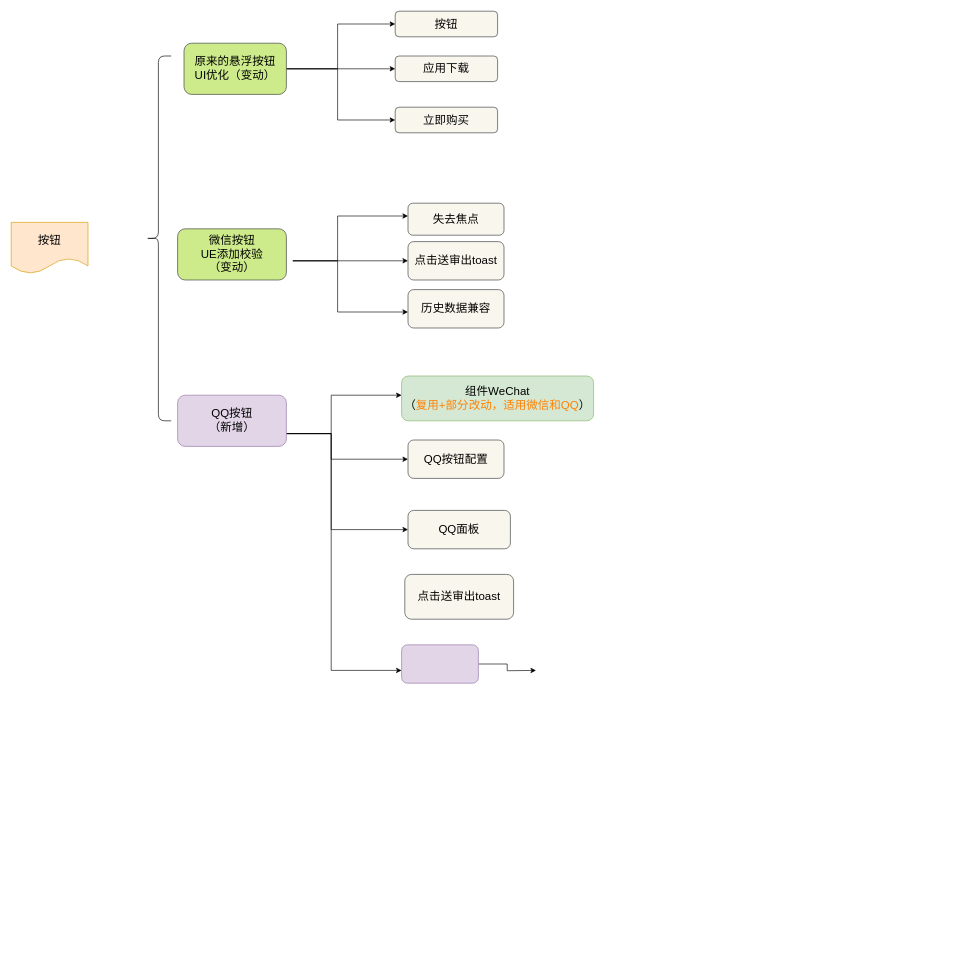
Earlier version of the draw.io diagram QQ直达链接开发点.drawio (AnneLau/-algorithm_bubble). Source tidied: cells renumbered, new cells numbered last; positions are measured from the earlier drawing's top-left corner, leaving out a move shared by most shapes. Both pictures are drawn from the tidied source at 64%, with x=0, y=0 at pixel (11, 11).
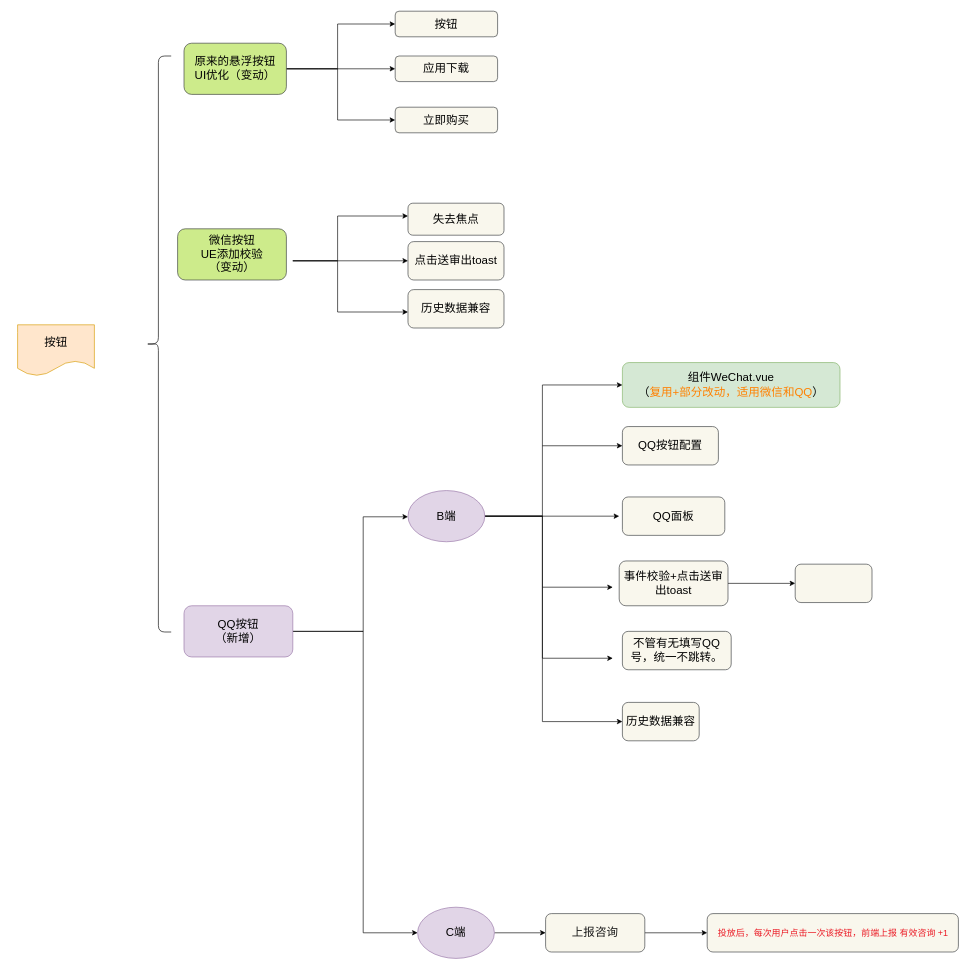
The same page after the edit.

Commit message (it also covers changes not shown here):
Update QQ直达链接开发点.drawio

Diff of the diagram source:
```diff
@@
     <mxCell id="2" value="&lt;font style=&quot;font-size: 18px&quot;&gt;按钮&lt;/font&gt;" style="shape=document;whiteSpace=wrap;html=1;boundedLbl=1;fillColor=#ffe6cc;strokeColor=#d79b00;" parent="1" vertex="1">
-      <mxGeometry y="330" width="120" height="80" as="geometry" />
+      <mxGeometry x="10" y="490" width="120" height="80" as="geometry" />
     </mxCell>
     <mxCell id="3" style="shape=curlyBracket;whiteSpace=wrap;html=1;rounded=1;" parent="1" vertex="1">
-      <mxGeometry x="210" y="70" width="40" height="570" as="geometry" />
+      <mxGeometry x="210" y="70" width="40" height="900" as="geometry" />
     </mxCell>
@@
-    <mxCell id="17" style="edgeStyle=orthogonalEdgeStyle;rounded=0;jettySize=auto;html=1;" parent="1" edge="1" source="21" target="22">
+    <mxCell id="17" style="edgeStyle=orthogonalEdgeStyle;rounded=0;jettySize=auto;html=1;exitX=1;exitY=0.5;exitDx=0;exitDy=0;" parent="1" edge="1" source="35" target="22">
       <mxGeometry relative="1" as="geometry">
         <Array as="points">
-          <mxPoint x="500" y="660" />
-          <mxPoint x="500" y="600" />
+          <mxPoint x="830" y="789" />
+          <mxPoint x="830" y="584" />
         </Array>
       </mxGeometry>
     </mxCell>
-    <mxCell id="18" style="edgeStyle=orthogonalEdgeStyle;rounded=0;jettySize=auto;html=1;" parent="1" edge="1" source="21" target="23">
+    <mxCell id="18" style="edgeStyle=orthogonalEdgeStyle;rounded=0;jettySize=auto;html=1;" parent="1" edge="1" target="23">
       <mxGeometry relative="1" as="geometry">
+        <mxPoint x="830" y="679" as="sourcePoint" />
         <Array as="points">
-          <mxPoint x="500" y="660" />
-          <mxPoint x="500" y="700" />
+          <mxPoint x="830" y="679" />
+          <mxPoint x="830" y="679" />
         </Array>
       </mxGeometry>
     </mxCell>
-    <mxCell id="19" style="edgeStyle=orthogonalEdgeStyle;rounded=0;jettySize=auto;html=1;" parent="1" edge="1" source="21" target="26">
-      <mxGeometry relative="1" as="geometry">
-        <Array as="points">
-          <mxPoint x="500" y="660" />
-          <mxPoint x="500" y="810" />
-        </Array>
-      </mxGeometry>
-    </mxCell>
-    <mxCell id="20" style="edgeStyle=orthogonalEdgeStyle;rounded=0;jettySize=auto;html=1;" parent="1" edge="1" source="21" target="28">
-      <mxGeometry relative="1" as="geometry">
-        <Array as="points">
-          <mxPoint x="500" y="660" />
-          <mxPoint x="500" y="1030" />
-        </Array>
-      </mxGeometry>
-    </mxCell>
+    <mxCell id="29" style="edgeStyle=orthogonalEdgeStyle;rounded=0;jettySize=auto;html=1;" parent="1" edge="1" source="21" target="35">
+      <mxGeometry relative="1" as="geometry">
+        <Array as="points">
+          <mxPoint x="550" y="969" />
+          <mxPoint x="550" y="790" />
+        </Array>
+      </mxGeometry>
+    </mxCell>
+    <mxCell id="30" style="edgeStyle=orthogonalEdgeStyle;rounded=0;jettySize=auto;html=1;" parent="1" edge="1" source="21" target="38">
+      <mxGeometry relative="1" as="geometry">
+        <Array as="points">
+          <mxPoint x="550" y="969" />
+          <mxPoint x="550" y="1440" />
+        </Array>
+      </mxGeometry>
+    </mxCell>
     <mxCell id="21" value="&lt;font style=&quot;font-size: 18px&quot;&gt;QQ按钮&lt;br&gt;（新增）&lt;br&gt;&lt;/font&gt;" style="rounded=1;whiteSpace=wrap;html=1;fillColor=#e1d5e7;strokeColor=#9673a6;" parent="1" vertex="1">
-      <mxGeometry x="260" y="600" width="170" height="80" as="geometry" />
+      <mxGeometry x="270" y="929" width="170" height="80" as="geometry" />
     </mxCell>
-    <mxCell id="22" value="&lt;span style=&quot;font-size: 18px&quot;&gt;组件WeChat&lt;br&gt;（&lt;font color=&quot;#ff8000&quot;&gt;复用+部分改动，适用微信和QQ&lt;/font&gt;）&lt;br&gt;&lt;/span&gt;" style="whiteSpace=wrap;html=1;rounded=1;strokeColor=#82b366;fillColor=#d5e8d4;" parent="1" vertex="1">
-      <mxGeometry x="610" y="570" width="300" height="70" as="geometry" />
+    <mxCell id="22" value="&lt;span style=&quot;font-size: 18px&quot;&gt;组件WeChat.vue&lt;br&gt;（&lt;font color=&quot;#ff8000&quot;&gt;复用+部分改动，适用微信和QQ&lt;/font&gt;）&lt;br&gt;&lt;/span&gt;" style="whiteSpace=wrap;html=1;rounded=1;strokeColor=#82b366;fillColor=#d5e8d4;" parent="1" vertex="1">
+      <mxGeometry x="955" y="549" width="340" height="70" as="geometry" />
     </mxCell>
     <mxCell id="23" value="&lt;span style=&quot;font-size: 18px&quot;&gt;QQ按钮配置&lt;/span&gt;" style="whiteSpace=wrap;html=1;rounded=1;strokeColor=#36393d;fillColor=#f9f7ed;" parent="1" vertex="1">
-      <mxGeometry x="620" y="670" width="150" height="60" as="geometry" />
+      <mxGeometry x="955" y="649" width="150" height="60" as="geometry" />
     </mxCell>
@@
+    <mxCell id="31" style="edgeStyle=orthogonalEdgeStyle;rounded=0;jettySize=auto;html=1;" parent="1" edge="1" source="25" target="39">
+      <mxGeometry relative="1" as="geometry" />
+    </mxCell>
-    <mxCell id="25" value="&lt;span style=&quot;font-size: 18px&quot;&gt;点击送审出toast&lt;/span&gt;&lt;span style=&quot;font-size: 18px&quot;&gt;&lt;br&gt;&lt;/span&gt;" style="whiteSpace=wrap;html=1;rounded=1;strokeColor=#36393d;fillColor=#f9f7ed;" parent="1" vertex="1">
-      <mxGeometry x="615" y="880" width="170" height="70" as="geometry" />
+    <mxCell id="25" value="&lt;span style=&quot;font-size: 18px&quot;&gt;事件校验+点击送审出toast&lt;/span&gt;&lt;span style=&quot;font-size: 18px&quot;&gt;&lt;br&gt;&lt;/span&gt;" style="whiteSpace=wrap;html=1;rounded=1;strokeColor=#36393d;fillColor=#f9f7ed;" parent="1" vertex="1">
+      <mxGeometry x="950" y="859" width="170" height="70" as="geometry" />
     </mxCell>
     <mxCell id="26" value="&lt;font style=&quot;font-size: 18px&quot;&gt;QQ面板&lt;/font&gt;" style="whiteSpace=wrap;html=1;rounded=1;strokeColor=#36393d;fillColor=#f9f7ed;" parent="1" vertex="1">
-      <mxGeometry x="620" y="780" width="160" height="60" as="geometry" />
+      <mxGeometry x="955" y="759" width="160" height="60" as="geometry" />
     </mxCell>
-    <mxCell id="27" style="edgeStyle=orthogonalEdgeStyle;rounded=0;jettySize=auto;html=1;exitX=1;exitY=0.5;exitDx=0;exitDy=0;" parent="1" edge="1" source="28">
-      <mxGeometry relative="1" as="geometry">
-        <mxPoint x="820" y="1030" as="targetPoint" />
-      </mxGeometry>
-    </mxCell>
-    <mxCell id="28" style="whiteSpace=wrap;html=1;rounded=1;strokeColor=#9673a6;fillColor=#e1d5e7;" parent="1" vertex="1">
-      <mxGeometry x="610" y="990" width="120" height="60" as="geometry" />
+    <mxCell id="28" value="&lt;font style=&quot;font-size: 18px&quot;&gt;不管有无填写QQ号，统一不跳转。&lt;/font&gt;" style="whiteSpace=wrap;html=1;rounded=1;strokeColor=#36393d;fillColor=#f9f7ed;" parent="1" vertex="1">
+      <mxGeometry x="955" y="969" width="170" height="60" as="geometry" />
     </mxCell>
+    <mxCell id="32" style="edgeStyle=orthogonalEdgeStyle;rounded=0;jettySize=auto;html=1;" parent="1" edge="1" source="35">
+      <mxGeometry relative="1" as="geometry">
+        <mxPoint x="950" y="789" as="targetPoint" />
+      </mxGeometry>
+    </mxCell>
+    <mxCell id="33" style="edgeStyle=orthogonalEdgeStyle;rounded=0;jettySize=auto;html=1;" parent="1" edge="1" source="35">
+      <mxGeometry relative="1" as="geometry">
+        <mxPoint x="940" y="900" as="targetPoint" />
+        <Array as="points">
+          <mxPoint x="830" y="789" />
+          <mxPoint x="830" y="900" />
+        </Array>
+      </mxGeometry>
+    </mxCell>
+    <mxCell id="34" style="edgeStyle=orthogonalEdgeStyle;rounded=0;jettySize=auto;html=1;" parent="1" edge="1" source="35" target="40">
+      <mxGeometry relative="1" as="geometry">
+        <Array as="points">
+          <mxPoint x="830" y="789" />
+          <mxPoint x="830" y="1110" />
+        </Array>
+      </mxGeometry>
+    </mxCell>
+    <mxCell id="35" value="&lt;font style=&quot;font-size: 18px&quot;&gt;B端&lt;/font&gt;" style="ellipse;whiteSpace=wrap;html=1;rounded=1;strokeColor=#9673a6;fillColor=#e1d5e7;" parent="1" vertex="1">
+      <mxGeometry x="620" y="749" width="120" height="80" as="geometry" />
+    </mxCell>
+    <mxCell id="36" style="edgeStyle=orthogonalEdgeStyle;rounded=0;orthogonalLoop=1;jettySize=auto;html=1;" parent="1" edge="1">
+      <mxGeometry relative="1" as="geometry">
+        <mxPoint x="830" y="900" as="sourcePoint" />
+        <mxPoint x="940" y="1011" as="targetPoint" />
+        <Array as="points">
+          <mxPoint x="830" y="900" />
+          <mxPoint x="830" y="1011" />
+        </Array>
+      </mxGeometry>
+    </mxCell>
+    <mxCell id="37" style="edgeStyle=orthogonalEdgeStyle;rounded=0;jettySize=auto;html=1;" parent="1" edge="1" source="38" target="42">
+      <mxGeometry relative="1" as="geometry" />
+    </mxCell>
+    <mxCell id="38" value="&lt;font style=&quot;font-size: 18px&quot;&gt;C端&lt;/font&gt;" style="ellipse;whiteSpace=wrap;html=1;rounded=1;strokeColor=#9673a6;fillColor=#e1d5e7;" parent="1" vertex="1">
+      <mxGeometry x="635" y="1400" width="120" height="80" as="geometry" />
+    </mxCell>
+    <mxCell id="39" style="whiteSpace=wrap;html=1;rounded=1;strokeColor=#36393d;fillColor=#f9f7ed;" parent="1" vertex="1">
+      <mxGeometry x="1225" y="864" width="120" height="60" as="geometry" />
+    </mxCell>
+    <mxCell id="40" value="&lt;span style=&quot;font-size: 18px&quot;&gt;历史数据兼容&lt;/span&gt;" style="whiteSpace=wrap;html=1;rounded=1;strokeColor=#36393d;fillColor=#f9f7ed;" parent="1" vertex="1">
+      <mxGeometry x="955" y="1080" width="120" height="60" as="geometry" />
+    </mxCell>
+    <mxCell id="41" style="edgeStyle=orthogonalEdgeStyle;rounded=0;jettySize=auto;html=1;" parent="1" edge="1" source="42" target="43">
+      <mxGeometry relative="1" as="geometry" />
+    </mxCell>
+    <mxCell id="42" value="&lt;div style=&quot;text-align: left&quot;&gt;&lt;font color=&quot;#1a1a1a&quot; style=&quot;font-size: 18px&quot;&gt;上报咨询&lt;/font&gt;&lt;/div&gt;" style="whiteSpace=wrap;html=1;rounded=1;strokeColor=#36393d;fillColor=#f9f7ed;" parent="1" vertex="1">
+      <mxGeometry x="835" y="1410" width="155" height="60" as="geometry" />
+    </mxCell>
+    <mxCell id="43" value="&lt;span style=&quot;color: rgb(235 , 28 , 38) ; font-size: 14px ; text-align: left&quot;&gt;投放后，每次用户点击一次该按钮，前端上报 有效咨询 +1&lt;/span&gt;" style="whiteSpace=wrap;html=1;rounded=1;strokeColor=#36393d;fillColor=#f9f7ed;" parent="1" vertex="1">
+      <mxGeometry x="1087.5" y="1410" width="392.5" height="60" as="geometry" />
+    </mxCell>
```
